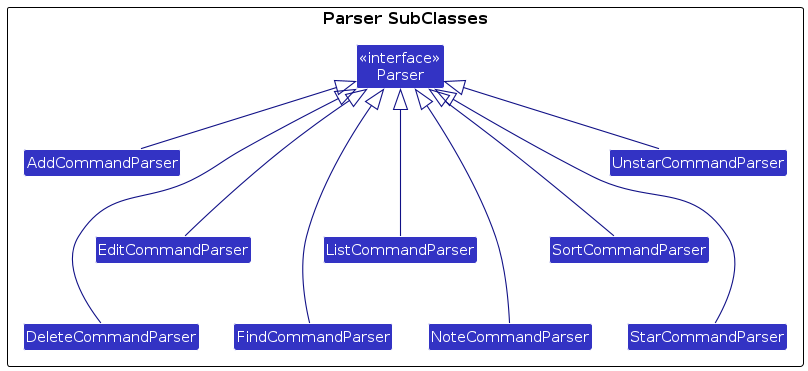
This is diagrams/ParserSubClasses.png from AY2425S1-CS2103T-T10-1/tp, a PlantUML export, as it was before one commit. Its source is kept beside it as diagrams/ParserSubClasses.puml. Source of this version:
```plantuml
@startuml
!include style.puml
skinparam arrowThickness 1.1
skinparam arrowColor LOGIC_COLOR_T4
skinparam classBackgroundColor LOGIC_COLOR

package "Parser SubClasses"{

Class "<<interface>>\nParser" as Parser
Class AddCommandParser
Class DeleteCommandParser
Class EditCommandParser
Class FindCommandParser
Class ListCommandParser
Class NoteCommandParser
Class SortCommandParser
Class StarCommandParser
Class UnstarCommandParser


AddCommandParser -up-|> Parser
DeleteCommandParser -up---|> Parser
EditCommandParser -up--|> Parser
FindCommandParser -up---|> Parser
ListCommandParser -up--|> Parser
NoteCommandParser -up---|> Parser
SortCommandParser -up--|> Parser
StarCommandParser -up---|> Parser
UnstarCommandParser -up-|> Parser

}


@enduml
```
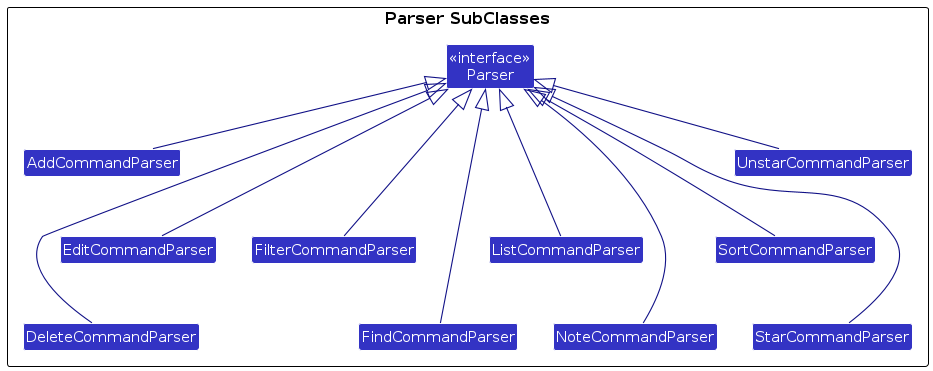
Above is the later version.

Diff of the diagram source:
```diff
@@ -10,6 +10,7 @@
 Class AddCommandParser
 Class DeleteCommandParser
 Class EditCommandParser
+Class FilterCommandParser
 Class FindCommandParser
 Class ListCommandParser
 Class NoteCommandParser
@@ -17,10 +18,11 @@
 Class StarCommandParser
 Class UnstarCommandParser
 
-
+}
 AddCommandParser -up-|> Parser
 DeleteCommandParser -up---|> Parser
 EditCommandParser -up--|> Parser
+FilterCommandParser -up--|> Parser
 FindCommandParser -up---|> Parser
 ListCommandParser -up--|> Parser
 NoteCommandParser -up---|> Parser
@@ -28,7 +30,4 @@
 StarCommandParser -up---|> Parser
 UnstarCommandParser -up-|> Parser
 
-}
-
-
 @enduml
```
